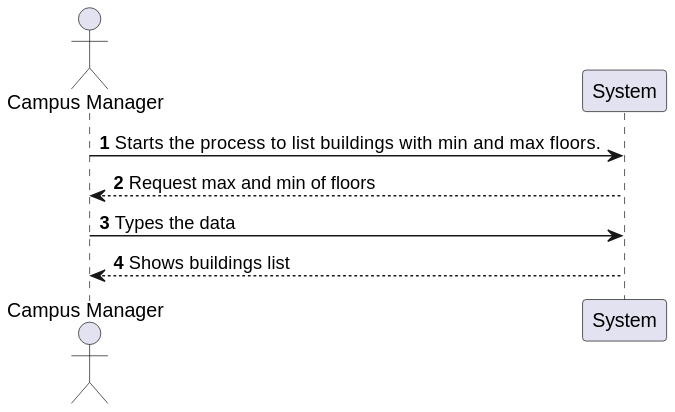
This is Visualization/docs/US_1050/Diagrams/Level1/ProcessView.svg from Pedro-Pereira1/sem5pi_23_24_g056_Visualization, a PlantUML export, as it was before one commit. Its diagram source:
```plantuml
@startuml
autonumber
actor "Campus Manager" as CM

CM -> System: Starts the process to  list buildings with min and max floors.
System --> CM: Request max and min of floors
CM -> System: Types the data
CM <-- System: Shows buildings list
@enduml
```
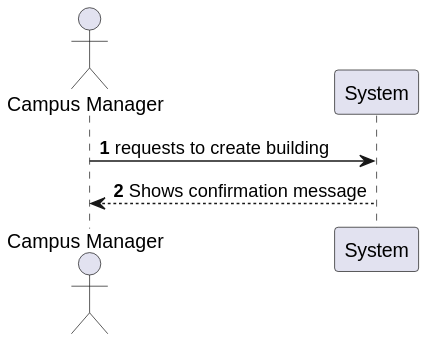
After the change.

Change to the diagram source:
```diff
@@ -1,9 +1,10 @@
 @startuml
+
 autonumber
 actor "Campus Manager" as CM
 
-CM -> System: Starts the process to  list buildings with min and max floors.
-System --> CM: Request max and min of floors
-CM -> System: Types the data
-CM <-- System: Shows buildings list
+CM -> System: requests to create building
+CM <-- System: Shows confirmation message
+
+
 @enduml
```
